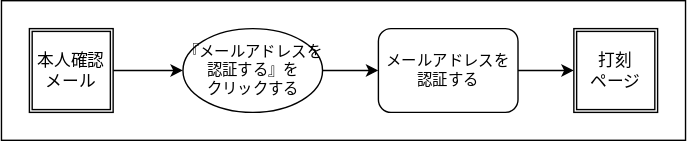
This is doc/画面遷移図/認証ページ/本人確認.drawio.svg from ryamao/atte, a draw.io export, as it was before one commit. Source tidied: cells renumbered, new cells last; positions are measured from the earlier drawing's top-left corner, leaving out a move shared by most shapes.
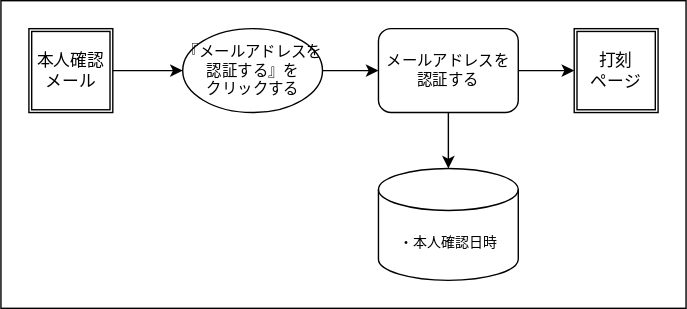
After the change.

What changed in the source:
```diff
@@ -3,11 +3,14 @@
     <mxCell id="0" />
     <mxCell id="1" parent="0" />
     <mxCell id="2" style="rounded=0;whiteSpace=wrap;html=1;" parent="1" vertex="1">
-      <mxGeometry width="490" height="100" as="geometry" />
+      <mxGeometry width="490" height="220" as="geometry" />
     </mxCell>
     <mxCell id="3" style="edgeStyle=none;html=1;exitX=1;exitY=0.5;exitDx=0;exitDy=0;entryX=0;entryY=0.5;entryDx=0;entryDy=0;" parent="1" edge="1" source="4" target="9">
       <mxGeometry relative="1" as="geometry" />
     </mxCell>
+    <mxCell id="10" style="edgeStyle=none;html=1;exitX=0.5;exitY=1;exitDx=0;exitDy=0;" parent="1" edge="1" source="4" target="11">
+      <mxGeometry relative="1" as="geometry" />
+    </mxCell>
     <mxCell id="4" value="メールアドレスを&lt;br&gt;認証する" style="rounded=1;whiteSpace=wrap;html=1;fontSize=11;" parent="1" vertex="1">
       <mxGeometry x="270" y="20" width="100" height="60" as="geometry" />
     </mxCell>
@@ -26,5 +29,8 @@
     <mxCell id="9" value="打刻&lt;br&gt;ページ" style="shape=ext;double=1;whiteSpace=wrap;html=1;" parent="1" vertex="1">
       <mxGeometry x="410" y="20" width="60" height="60" as="geometry" />
     </mxCell>
+    <mxCell id="11" value="・本人確認日時" style="shape=cylinder3;html=1;boundedLbl=1;backgroundOutline=1;size=15;align=center;fontSize=10;" parent="1" vertex="1">
+      <mxGeometry x="270" y="120" width="100" height="80" as="geometry" />
+    </mxCell>
   </root>
 </mxGraphModel>
```
